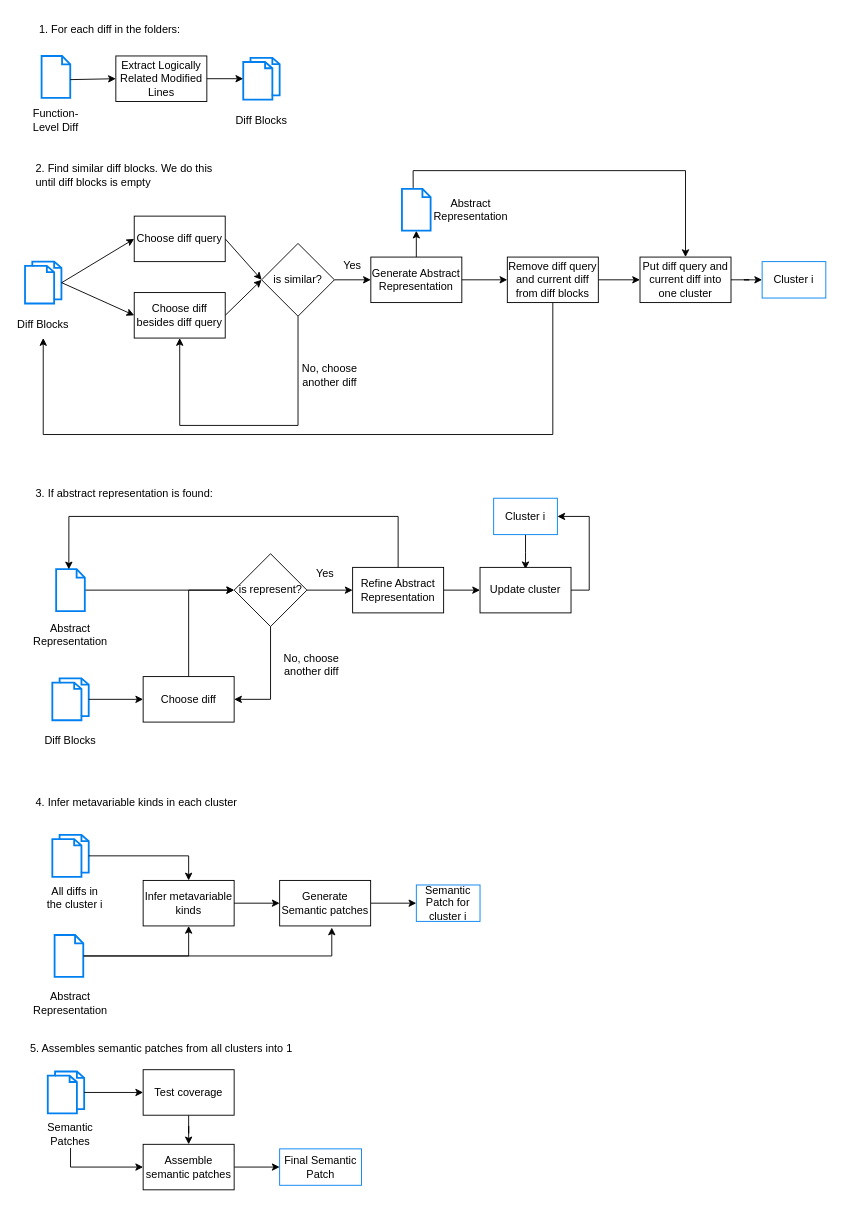
This is smpl_translation/flow_sp_llm.drawio from imamnurby/graphs, a draw.io file, before an edit. Source tidied: cells renumbered, new cells numbered last; positions are measured from the earlier drawing's top-left corner, leaving out a move shared by most shapes. Both pictures are drawn from the tidied source at 91%, with x=0, y=0 at pixel (15, 15).
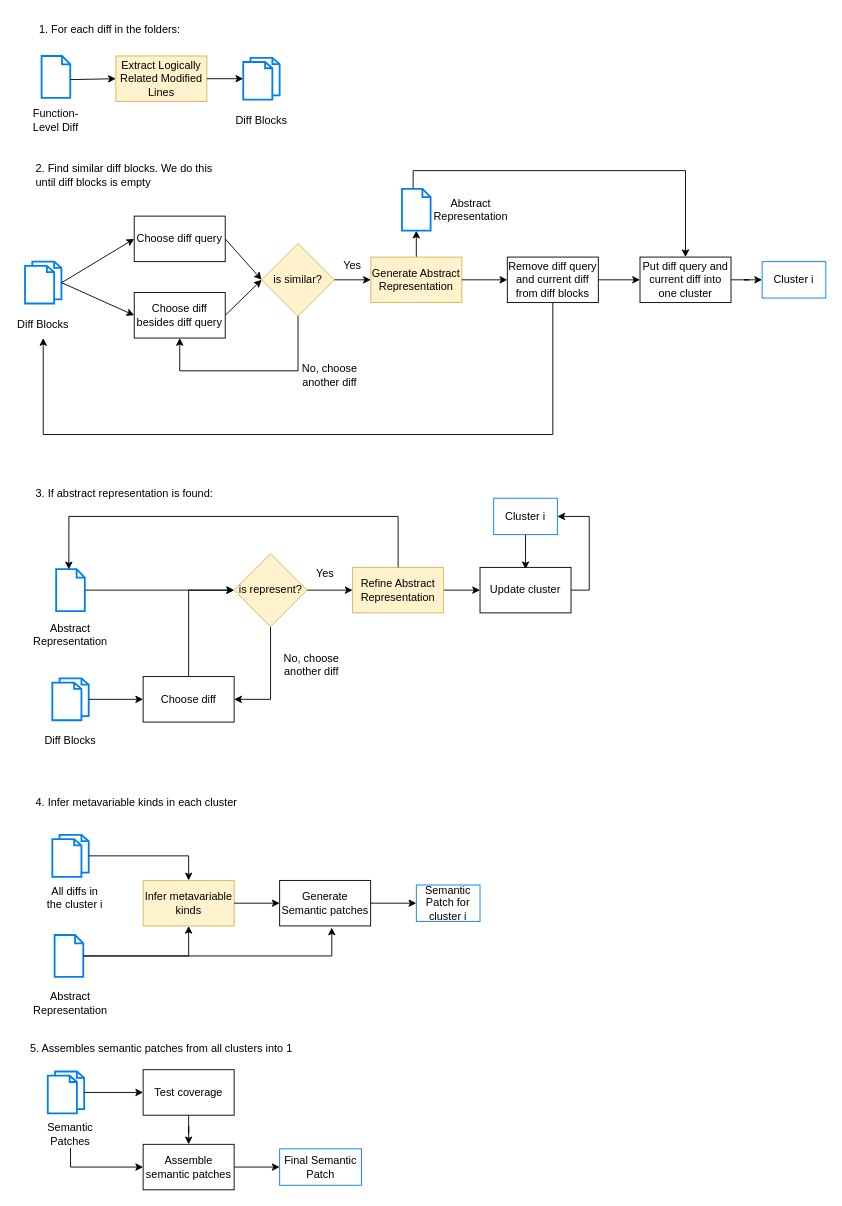
The same page after the edit.

Unchanged cells that the change refers to:
```xml
<mxCell id="44" value="Choose diff besides diff query" style="html=1;dashed=0;whiteSpace=wrap;" parent="1" vertex="1">
  <mxGeometry x="130" y="304" width="100" height="50" as="geometry" />
</mxCell>
```

The edit, as a diff of the source:
```diff
@@
-    <mxCell id="2" value="Extract Logically Related Modified Lines" style="html=1;dashed=0;whiteSpace=wrap;" parent="1" vertex="1">
+    <mxCell id="2" value="Extract Logically Related Modified Lines" style="html=1;dashed=0;whiteSpace=wrap;fillColor=#fff2cc;strokeColor=#d6b656;" parent="1" vertex="1">
       <mxGeometry x="109.8" y="44" width="100" height="50" as="geometry" />
     </mxCell>
@@
-    <mxCell id="12" value="is similar?" style="rhombus;whiteSpace=wrap;html=1;" parent="1" vertex="1">
+    <mxCell id="12" value="is similar?" style="rhombus;whiteSpace=wrap;html=1;fillColor=#fff2cc;strokeColor=#d6b656;" parent="1" vertex="1">
       <mxGeometry x="270" y="250" width="80" height="80" as="geometry" />
     </mxCell>
@@
-    <mxCell id="22" value="Generate Abstract Representation" style="html=1;dashed=0;whiteSpace=wrap;" parent="1" vertex="1">
+    <mxCell id="22" value="Generate Abstract Representation" style="html=1;dashed=0;whiteSpace=wrap;fillColor=#fff2cc;strokeColor=#d6b656;" parent="1" vertex="1">
       <mxGeometry x="390" y="265" width="100" height="50" as="geometry" />
     </mxCell>
@@
     <mxCell id="24" style="endArrow=classic;html=1;rounded=0;exitX=0.5;exitY=1;exitDx=0;exitDy=0;entryX=0.5;entryY=1;entryDx=0;entryDy=0;" parent="1" edge="1" source="12" target="44">
       <mxGeometry relative="1" as="geometry">
         <Array as="points">
-          <mxPoint x="310" y="450" />
-          <mxPoint x="180" y="450" />
+          <mxPoint x="310" y="390" />
+          <mxPoint x="180" y="390" />
         </Array>
       </mxGeometry>
     </mxCell>
@@
-    <mxCell id="43" value="is represent?" style="rhombus;whiteSpace=wrap;html=1;" parent="1" vertex="1">
+    <mxCell id="43" value="is represent?" style="rhombus;whiteSpace=wrap;html=1;fillColor=#fff2cc;strokeColor=#d6b656;" parent="1" vertex="1">
       <mxGeometry x="239.8" y="591" width="80" height="80" as="geometry" />
     </mxCell>
@@
-    <mxCell id="54" value="Refine Abstract Representation" style="html=1;dashed=0;whiteSpace=wrap;" parent="1" vertex="1">
+    <mxCell id="54" value="Refine Abstract Representation" style="html=1;dashed=0;whiteSpace=wrap;fillColor=#fff2cc;strokeColor=#d6b656;" parent="1" vertex="1">
       <mxGeometry x="370" y="606" width="100" height="50" as="geometry" />
     </mxCell>
@@
-    <mxCell id="68" value="Infer metavariable kinds" style="html=1;dashed=0;whiteSpace=wrap;" parent="1" vertex="1">
+    <mxCell id="68" value="Infer metavariable kinds" style="html=1;dashed=0;whiteSpace=wrap;fillColor=#fff2cc;strokeColor=#d6b656;" parent="1" vertex="1">
       <mxGeometry x="139.8" y="950" width="100" height="50" as="geometry" />
     </mxCell>
```
